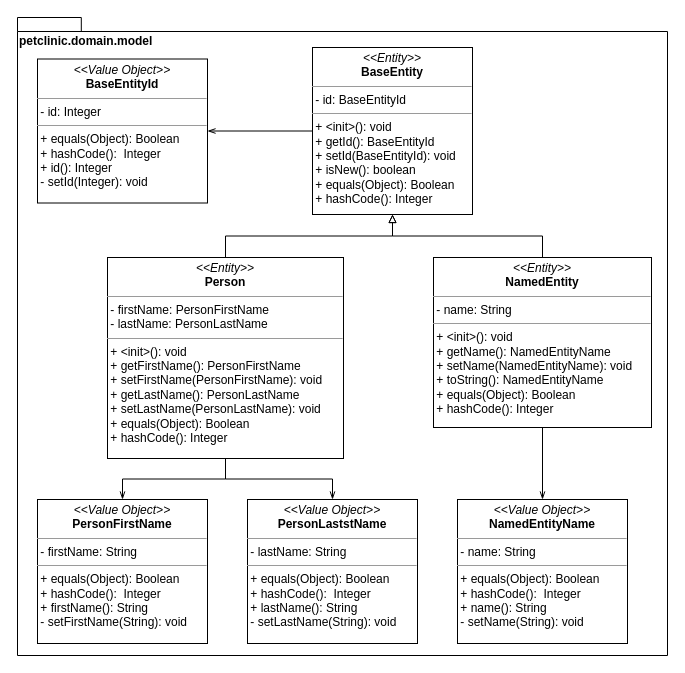
Before: page "new-domain-model" (5 of 15) of gfx/example/petclinic/raw/uml-petclinic.drawio in DanielKraft/bachelor-thesis, a draw.io diagram. Source tidied: cells renumbered, new cells numbered last; positions are measured from the earlier drawing's top-left corner, leaving out a move shared by most shapes. Both pictures are drawn from the tidied source at 100%, with x=0, y=0 at pixel (17, 17).
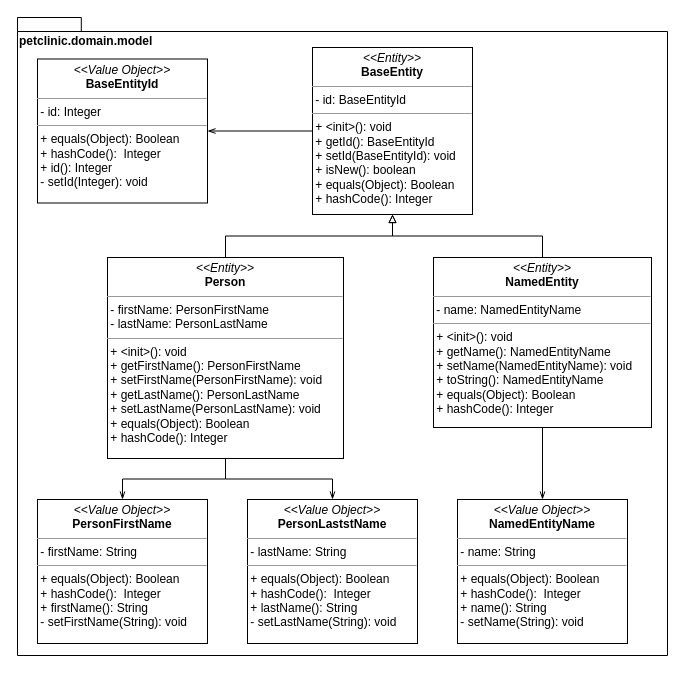
Above is the later version.

Diff of the diagram source:
```diff
@@
 <mxGraphModel>
   <root>
     <mxCell id="0" />
     <mxCell id="1" parent="0" />
     <mxCell id="2" value="&lt;div&gt;petclinic.domain.model&lt;/div&gt;&lt;div&gt;&lt;br&gt;&lt;/div&gt;" style="shape=folder;fontStyle=1;spacingTop=10;tabWidth=40;tabHeight=14;tabPosition=left;html=1;align=left;horizontal=1;verticalAlign=top;" parent="1" vertex="1">
       <mxGeometry width="650" height="638" as="geometry" />
     </mxCell>
     <mxCell id="3" style="edgeStyle=orthogonalEdgeStyle;rounded=0;jettySize=auto;html=1;entryX=0.5;entryY=0;entryDx=0;entryDy=0;endArrow=openThin;endFill=0;" parent="1" edge="1" source="6" target="13">
       <mxGeometry relative="1" as="geometry" />
     </mxCell>
     <mxCell id="4" style="edgeStyle=orthogonalEdgeStyle;rounded=0;jettySize=auto;html=1;entryX=0.5;entryY=0;entryDx=0;entryDy=0;endArrow=openThin;endFill=0;" parent="1" edge="1" source="6" target="12">
       <mxGeometry relative="1" as="geometry" />
     </mxCell>
     <mxCell id="5" style="edgeStyle=orthogonalEdgeStyle;rounded=0;jettySize=auto;html=1;entryX=0.5;entryY=1;entryDx=0;entryDy=0;endArrow=block;endFill=0;" parent="1" edge="1" source="6" target="11">
       <mxGeometry relative="1" as="geometry" />
     </mxCell>
     <mxCell id="6" value="&lt;p style=&quot;margin: 0px ; margin-top: 4px ; text-align: center&quot;&gt;&lt;i&gt;&amp;lt;&amp;lt;Entity&amp;gt;&amp;gt;&lt;/i&gt;&lt;br&gt;&lt;b&gt;Person&lt;/b&gt;&lt;/p&gt;&lt;hr size=&quot;1&quot;&gt;&lt;div&gt;&amp;nbsp;- firstName: PersonFirstName&lt;/div&gt;&lt;div&gt;&amp;nbsp;- lastName: PersonLastName&lt;/div&gt;&lt;hr size=&quot;1&quot;&gt;&lt;div&gt;&amp;nbsp;+ &amp;lt;init&amp;gt;(): void&lt;/div&gt;&lt;div&gt;&amp;nbsp;+ getFirstName(): PersonFirstName&lt;/div&gt;&lt;div&gt;&amp;nbsp;+ setFirstName(PersonFirstName): void&lt;/div&gt;&lt;div&gt;&amp;nbsp;+ getLastName(): PersonLastName&lt;/div&gt;&lt;div&gt;&amp;nbsp;+ setLastName(PersonLastName): void&lt;/div&gt;&lt;div&gt;&amp;nbsp;+ equals(Object): Boolean&lt;/div&gt;&lt;div&gt;&amp;nbsp;+ hashCode(): Integer&lt;/div&gt;&lt;div&gt;&lt;br&gt;&lt;/div&gt;" style="verticalAlign=top;align=left;overflow=fill;fontSize=12;fontFamily=Helvetica;html=1;" parent="1" vertex="1">
       <mxGeometry x="90" y="240" width="236" height="201" as="geometry" />
     </mxCell>
     <mxCell id="7" style="edgeStyle=orthogonalEdgeStyle;rounded=0;jettySize=auto;html=1;entryX=0.5;entryY=0;entryDx=0;entryDy=0;endArrow=openThin;endFill=0;" parent="1" edge="1" source="9" target="15">
       <mxGeometry relative="1" as="geometry" />
     </mxCell>
     <mxCell id="8" style="edgeStyle=orthogonalEdgeStyle;rounded=0;jettySize=auto;html=1;entryX=0.5;entryY=1;entryDx=0;entryDy=0;endArrow=block;endFill=0;" parent="1" edge="1" source="9" target="11">
       <mxGeometry relative="1" as="geometry" />
     </mxCell>
-    <mxCell id="9" value="&lt;p style=&quot;margin: 0px ; margin-top: 4px ; text-align: center&quot;&gt;&lt;i&gt;&amp;lt;&amp;lt;Entity&amp;gt;&amp;gt;&lt;/i&gt;&lt;br&gt;&lt;b&gt;NamedEntity&lt;/b&gt;&lt;/p&gt;&lt;hr size=&quot;1&quot;&gt;&lt;div&gt;&amp;nbsp;- name: String&lt;/div&gt;&lt;hr size=&quot;1&quot;&gt;&lt;div&gt;&amp;nbsp;+ &amp;lt;init&amp;gt;(): void&lt;/div&gt;&lt;div&gt;&amp;nbsp;+ getName(): NamedEntityName&lt;/div&gt;&lt;div&gt;&amp;nbsp;+ setName(NamedEntityName): void&lt;/div&gt;&lt;div&gt;&amp;nbsp;+ toString(): NamedEntityName&lt;div&gt;&amp;nbsp;+ equals(Object): Boolean&lt;/div&gt;&lt;div&gt;&amp;nbsp;+ hashCode(): Integer&lt;/div&gt;&lt;/div&gt;" style="verticalAlign=top;align=left;overflow=fill;fontSize=12;fontFamily=Helvetica;html=1;" parent="1" vertex="1">
+    <mxCell id="9" value="&lt;p style=&quot;margin: 0px ; margin-top: 4px ; text-align: center&quot;&gt;&lt;i&gt;&amp;lt;&amp;lt;Entity&amp;gt;&amp;gt;&lt;/i&gt;&lt;br&gt;&lt;b&gt;NamedEntity&lt;/b&gt;&lt;/p&gt;&lt;hr size=&quot;1&quot;&gt;&lt;div&gt;&amp;nbsp;- name: NamedEntityName&lt;/div&gt;&lt;hr size=&quot;1&quot;&gt;&lt;div&gt;&amp;nbsp;+ &amp;lt;init&amp;gt;(): void&lt;/div&gt;&lt;div&gt;&amp;nbsp;+ getName(): NamedEntityName&lt;/div&gt;&lt;div&gt;&amp;nbsp;+ setName(NamedEntityName): void&lt;/div&gt;&lt;div&gt;&amp;nbsp;+ toString(): NamedEntityName&lt;div&gt;&amp;nbsp;+ equals(Object): Boolean&lt;/div&gt;&lt;div&gt;&amp;nbsp;+ hashCode(): Integer&lt;/div&gt;&lt;/div&gt;" style="verticalAlign=top;align=left;overflow=fill;fontSize=12;fontFamily=Helvetica;html=1;" parent="1" vertex="1">
       <mxGeometry x="416" y="240" width="218" height="170" as="geometry" />
     </mxCell>
     <mxCell id="10" style="edgeStyle=orthogonalEdgeStyle;rounded=0;jettySize=auto;html=1;entryX=1;entryY=0.5;entryDx=0;entryDy=0;endArrow=openThin;endFill=0;" parent="1" edge="1" source="11" target="14">
       <mxGeometry relative="1" as="geometry" />
     </mxCell>
     <mxCell id="11" value="&lt;p style=&quot;margin: 0px ; margin-top: 4px ; text-align: center&quot;&gt;&lt;i&gt;&amp;lt;&amp;lt;Entity&amp;gt;&amp;gt;&lt;/i&gt;&lt;br&gt;&lt;b&gt;BaseEntity&lt;/b&gt;&lt;/p&gt;&lt;hr size=&quot;1&quot;&gt;&lt;div&gt;&amp;nbsp;- id: BaseEntityId&lt;/div&gt;&lt;hr size=&quot;1&quot;&gt;&lt;div&gt;&amp;nbsp;+ &amp;lt;init&amp;gt;(): void&lt;/div&gt;&lt;div&gt;&amp;nbsp;+ getId(): BaseEntityId&lt;/div&gt;&lt;div&gt;&amp;nbsp;+ setId(BaseEntityId): void&lt;/div&gt;&lt;div&gt;&amp;nbsp;+ isNew(): boolean&lt;/div&gt;&lt;div&gt;&amp;nbsp;+ equals(Object): Boolean&lt;/div&gt;&lt;div&gt;&amp;nbsp;+ hashCode(): Integer&lt;/div&gt;" style="verticalAlign=top;align=left;overflow=fill;fontSize=12;fontFamily=Helvetica;html=1;" parent="1" vertex="1">
       <mxGeometry x="295" y="30" width="160" height="167" as="geometry" />
     </mxCell>
     <mxCell id="12" value="&lt;p style=&quot;margin: 0px ; margin-top: 4px ; text-align: center&quot;&gt;&lt;i&gt;&amp;lt;&amp;lt;Value Object&amp;gt;&amp;gt;&lt;/i&gt;&lt;br&gt;&lt;b&gt;PersonFirstName&lt;/b&gt;&lt;/p&gt;&lt;hr size=&quot;1&quot;&gt;&lt;div&gt;&amp;nbsp;- firstName: String&lt;/div&gt;&lt;hr size=&quot;1&quot;&gt;&lt;div&gt;&amp;nbsp;+ equals(Object): Boolean&lt;/div&gt;&lt;div&gt;&amp;nbsp;+ hashCode():&amp;nbsp; Integer&lt;/div&gt;&lt;div&gt;&amp;nbsp;+ firstName(): String&lt;/div&gt;&lt;div&gt;&amp;nbsp;- setFirstName(String): void&lt;/div&gt;" style="verticalAlign=top;align=left;overflow=fill;fontSize=12;fontFamily=Helvetica;html=1;" parent="1" vertex="1">
       <mxGeometry x="20" y="482" width="170" height="144" as="geometry" />
     </mxCell>
     <mxCell id="13" value="&lt;p style=&quot;margin: 0px ; margin-top: 4px ; text-align: center&quot;&gt;&lt;i&gt;&amp;lt;&amp;lt;Value Object&amp;gt;&amp;gt;&lt;/i&gt;&lt;br&gt;&lt;b&gt;PersonLaststName&lt;/b&gt;&lt;/p&gt;&lt;hr size=&quot;1&quot;&gt;&lt;div&gt;&amp;nbsp;- lastName: String&lt;/div&gt;&lt;hr size=&quot;1&quot;&gt;&lt;div&gt;&amp;nbsp;+ equals(Object): Boolean&lt;/div&gt;&lt;div&gt;&amp;nbsp;+ hashCode():&amp;nbsp; Integer&lt;/div&gt;&lt;div&gt;&amp;nbsp;+ lastName(): String&lt;/div&gt;&lt;div&gt;&amp;nbsp;- setLastName(String): void&lt;/div&gt;" style="verticalAlign=top;align=left;overflow=fill;fontSize=12;fontFamily=Helvetica;html=1;" parent="1" vertex="1">
       <mxGeometry x="230" y="482" width="170" height="144" as="geometry" />
     </mxCell>
     <mxCell id="14" value="&lt;p style=&quot;margin: 0px ; margin-top: 4px ; text-align: center&quot;&gt;&lt;i&gt;&amp;lt;&amp;lt;Value Object&amp;gt;&amp;gt;&lt;/i&gt;&lt;br&gt;&lt;b&gt;BaseEntityId&lt;/b&gt;&lt;/p&gt;&lt;hr size=&quot;1&quot;&gt;&lt;div&gt;&amp;nbsp;- id: Integer&lt;/div&gt;&lt;hr size=&quot;1&quot;&gt;&lt;div&gt;&amp;nbsp;+ equals(Object): Boolean&lt;/div&gt;&lt;div&gt;&amp;nbsp;+ hashCode():&amp;nbsp; Integer&lt;/div&gt;&lt;div&gt;&amp;nbsp;+ id(): Integer&lt;/div&gt;&lt;div&gt;&amp;nbsp;- setId(Integer): void&lt;/div&gt;" style="verticalAlign=top;align=left;overflow=fill;fontSize=12;fontFamily=Helvetica;html=1;" parent="1" vertex="1">
       <mxGeometry x="20" y="41.5" width="170" height="144" as="geometry" />
     </mxCell>
     <mxCell id="15" value="&lt;p style=&quot;margin: 0px ; margin-top: 4px ; text-align: center&quot;&gt;&lt;i&gt;&amp;lt;&amp;lt;Value Object&amp;gt;&amp;gt;&lt;/i&gt;&lt;br&gt;&lt;b&gt;NamedEntityName&lt;/b&gt;&lt;/p&gt;&lt;hr size=&quot;1&quot;&gt;&lt;div&gt;&amp;nbsp;- name: String&lt;/div&gt;&lt;hr size=&quot;1&quot;&gt;&lt;div&gt;&amp;nbsp;+ equals(Object): Boolean&lt;/div&gt;&lt;div&gt;&amp;nbsp;+ hashCode():&amp;nbsp; Integer&lt;/div&gt;&lt;div&gt;&amp;nbsp;+ name(): String&lt;/div&gt;&lt;div&gt;&amp;nbsp;- setName(String): void&lt;/div&gt;" style="verticalAlign=top;align=left;overflow=fill;fontSize=12;fontFamily=Helvetica;html=1;" parent="1" vertex="1">
       <mxGeometry x="440" y="482" width="170" height="144" as="geometry" />
     </mxCell>
   </root>
 </mxGraphModel>
```
